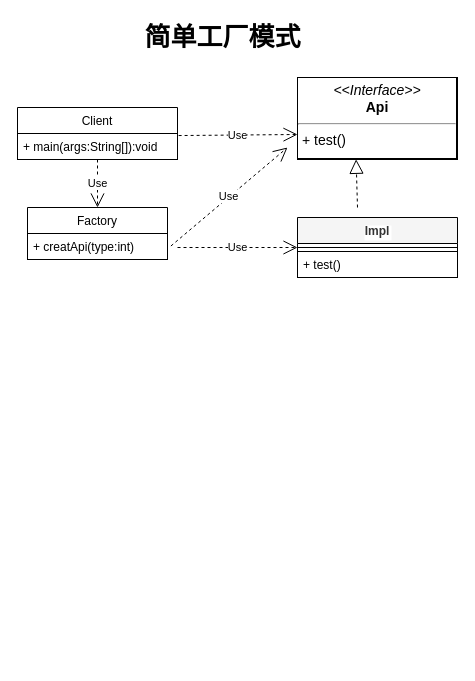
The draw.io diagram UML/设计模式/设计模式.drawio in lgjlife/Java-Study, before the edit. Source tidied: cells renumbered, new cells numbered last; positions are measured from the earlier drawing's top-left corner, leaving out a move shared by most shapes. Both pictures are drawn from the tidied source at 100%, with x=0, y=0 at pixel (17, 17).
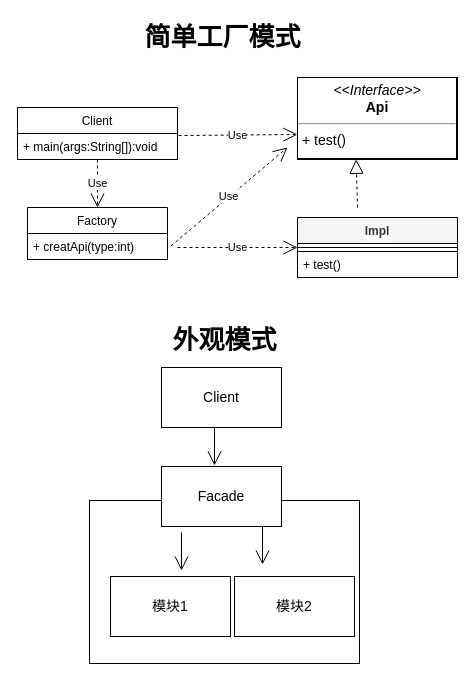
Above is the later version.

Commit message (it also covers changes not shown here):
设计模式-适配器模式

Change to the diagram source:
```diff
@@
+    <mxCell id="16" value="Client" style="rounded=0;whiteSpace=wrap;html=1;labelBackgroundColor=#FFFFFF;strokeColor=#000000;fontSize=14;fontColor=#000000;fillColor=#FFFFFF;" parent="1" vertex="1">
+      <mxGeometry x="144" y="350" width="120" height="60" as="geometry" />
+    </mxCell>
+    <mxCell id="17" style="rounded=0;whiteSpace=wrap;html=1;labelBackgroundColor=#FFFFFF;strokeColor=#000000;fontSize=14;fontColor=#000000;fillColor=#FFFFFF;" parent="1" vertex="1">
+      <mxGeometry x="72" y="483" width="270" height="163" as="geometry" />
+    </mxCell>
+    <mxCell id="18" value="Facade" style="rounded=0;whiteSpace=wrap;html=1;labelBackgroundColor=#FFFFFF;strokeColor=#000000;fontSize=14;fontColor=#000000;fillColor=#FFFFFF;" parent="1" vertex="1">
+      <mxGeometry x="144" y="449" width="120" height="60" as="geometry" />
+    </mxCell>
+    <mxCell id="19" value="模块2" style="rounded=0;whiteSpace=wrap;html=1;labelBackgroundColor=#FFFFFF;strokeColor=#000000;fontSize=14;fontColor=#000000;fillColor=#FFFFFF;" parent="1" vertex="1">
+      <mxGeometry x="217" y="559" width="120" height="60" as="geometry" />
+    </mxCell>
+    <mxCell id="20" value="模块1" style="rounded=0;whiteSpace=wrap;html=1;labelBackgroundColor=#FFFFFF;strokeColor=#000000;fontSize=14;fontColor=#000000;fillColor=#FFFFFF;" parent="1" vertex="1">
+      <mxGeometry x="93" y="559" width="120" height="60" as="geometry" />
+    </mxCell>
+    <mxCell id="21" style="endArrow=open;endFill=1;endSize=12;html=1;labelBackgroundColor=#FFFFFF;strokeColor=#000000;fontSize=14;fontColor=#000000;" parent="1" edge="1">
+      <mxGeometry relative="1" as="geometry">
+        <mxPoint x="197" y="410" as="sourcePoint" />
+        <mxPoint x="197" y="448" as="targetPoint" />
+      </mxGeometry>
+    </mxCell>
+    <mxCell id="22" style="endArrow=open;endFill=1;endSize=12;html=1;labelBackgroundColor=#FFFFFF;strokeColor=#000000;fontSize=14;fontColor=#000000;" parent="1" edge="1">
+      <mxGeometry relative="1" as="geometry">
+        <mxPoint x="245" y="509" as="sourcePoint" />
+        <mxPoint x="245" y="547" as="targetPoint" />
+      </mxGeometry>
+    </mxCell>
+    <mxCell id="23" style="endArrow=open;endFill=1;endSize=12;html=1;labelBackgroundColor=#FFFFFF;strokeColor=#000000;fontSize=14;fontColor=#000000;" parent="1" edge="1">
+      <mxGeometry relative="1" as="geometry">
+        <mxPoint x="164" y="515" as="sourcePoint" />
+        <mxPoint x="164" y="553" as="targetPoint" />
+      </mxGeometry>
+    </mxCell>
+    <mxCell id="24" value="外观模式" style="text;html=1;align=center;verticalAlign=middle;fontStyle=1;fontSize=26;strokeColor=none;fontColor=#000000;" parent="1" vertex="1">
+      <mxGeometry x="150" y="305" width="114" height="35" as="geometry" />
+    </mxCell>
```
